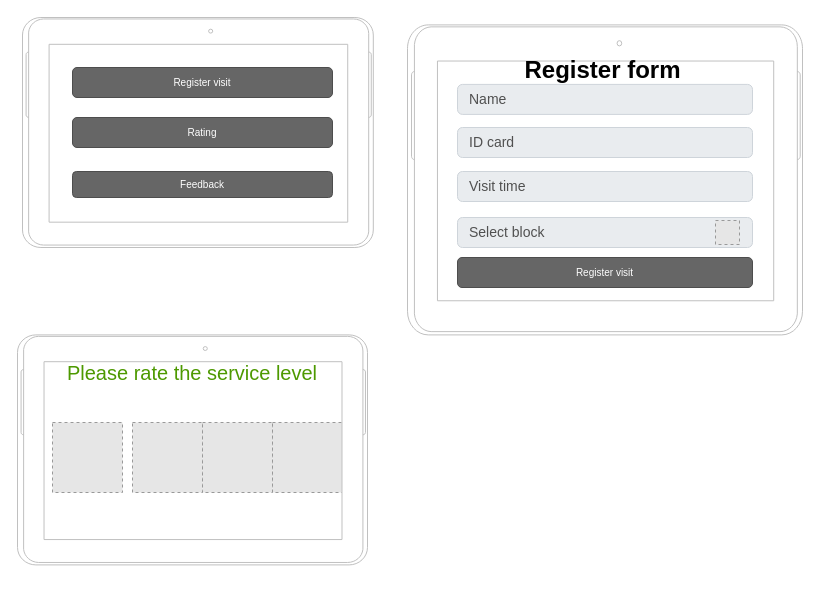
Above: wireframe_explaination/Untitled Diagram.drawio in duongminhthanh/app_system_management_visitor_for_old_aparment (draw.io), before the change. Source tidied: cells renumbered, new cells numbered last; positions are measured from the earlier drawing's top-left corner, leaving out a move shared by most shapes. Both pictures are drawn from the tidied source at 100%, with x=0, y=0 at pixel (17, 17). Pictures stored in the file or linked from it are replaced by grey dashed boxes.
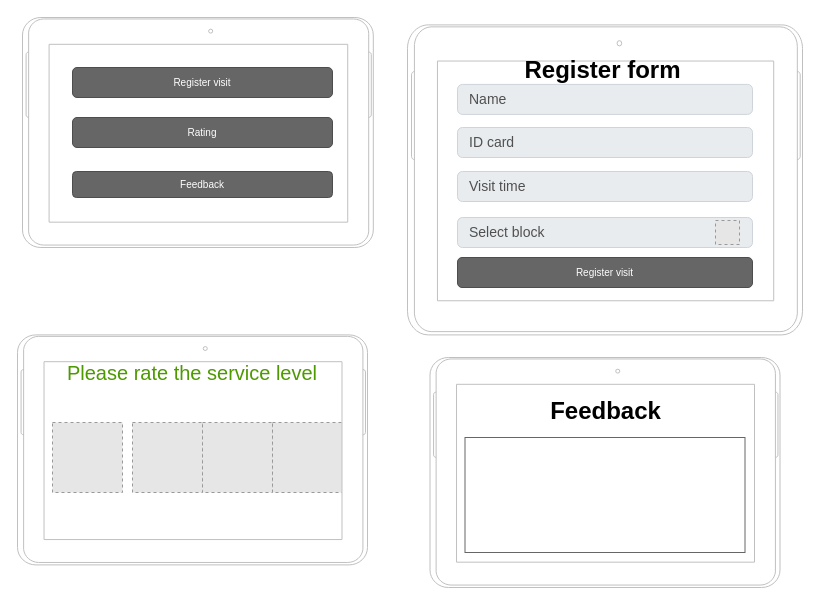
The same diagram, later.

The edit, as a diff of the source:
```diff
@@
+    <mxCell id="20" style="verticalLabelPosition=bottom;verticalAlign=top;html=1;shadow=0;dashed=0;strokeWidth=1;shape=mxgraph.android.tab2;strokeColor=#c0c0c0;direction=north;" parent="1" vertex="1">
+      <mxGeometry x="412.5" y="340" width="350" height="230" as="geometry" />
+    </mxCell>
+    <mxCell id="21" value="Feedback" style="text;strokeColor=none;fillColor=none;html=1;fontSize=24;fontStyle=1;verticalAlign=middle;align=center;" parent="1" vertex="1">
+      <mxGeometry x="537.5" y="380" width="100" height="27" as="geometry" />
+    </mxCell>
+    <mxCell id="22" style="strokeWidth=1;shadow=0;dashed=0;align=center;html=1;shape=mxgraph.mockup.text.textBox;fontColor=#666666;align=left;fontSize=17;spacingLeft=4;spacingTop=-3;whiteSpace=wrap;strokeColor=#666666;mainText=;" parent="1" vertex="1">
+      <mxGeometry x="447.5" y="420" width="280" height="115" as="geometry" />
+    </mxCell>
```
